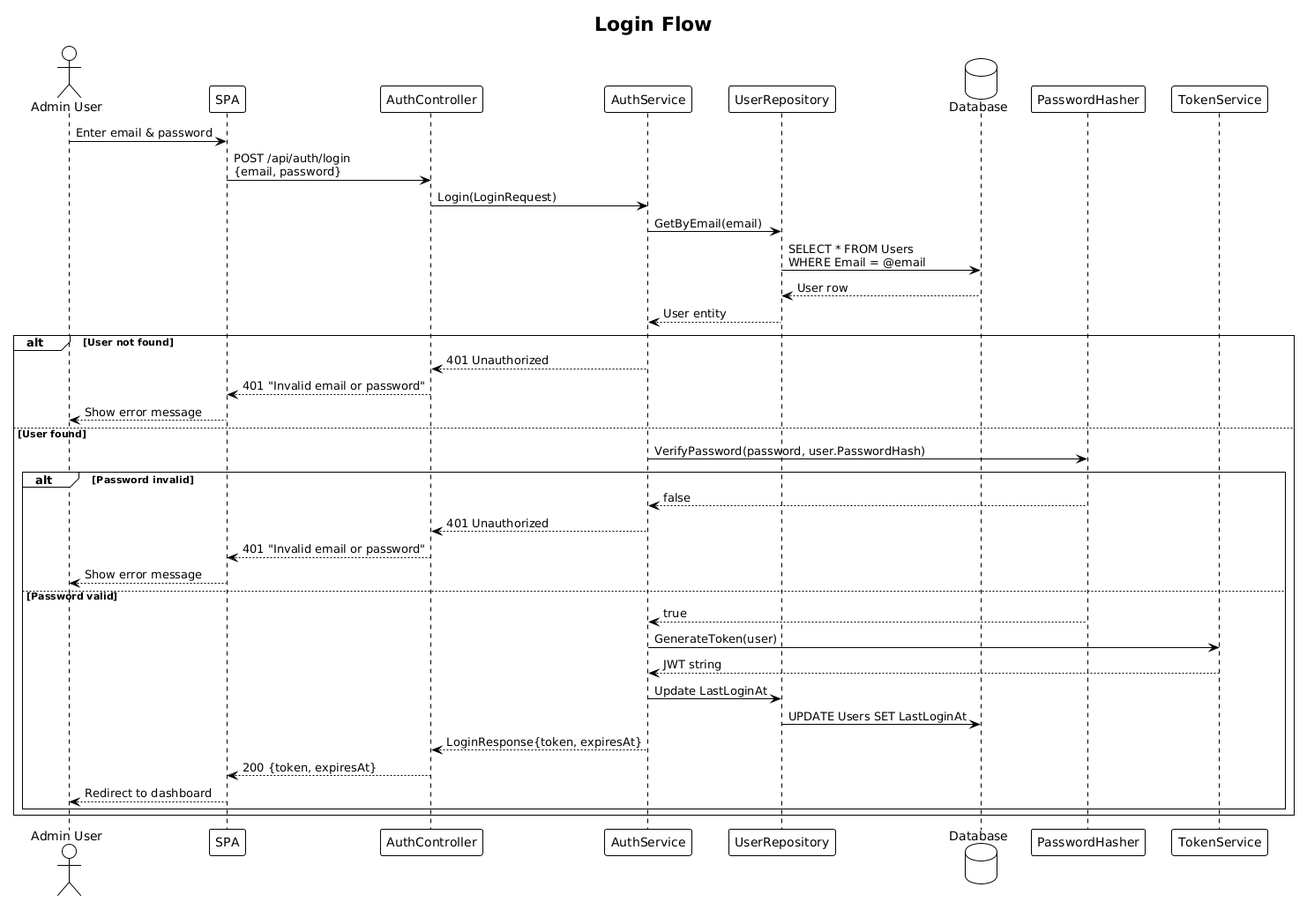
This is docs/detailed-designs/01-authentication/diagrams/sequence_login.png from QuinntyneBrown/Blog, a PlantUML export, as it was before one commit. The source it was exported from:
```plantuml
@startuml
!theme plain

title Login Flow

actor "Admin User" as user
participant "SPA" as spa
participant "AuthController" as ctrl
participant "AuthService" as svc
participant "UserRepository" as repo
database "Database" as db
participant "PasswordHasher" as hasher
participant "TokenService" as token

user -> spa : Enter email & password
spa -> ctrl : POST /api/auth/login\n{email, password}
ctrl -> svc : Login(LoginRequest)
svc -> repo : GetByEmail(email)
repo -> db : SELECT * FROM Users\nWHERE Email = @email
db --> repo : User row
repo --> svc : User entity

alt User not found
    svc --> ctrl : 401 Unauthorized
    ctrl --> spa : 401 "Invalid email or password"
    spa --> user : Show error message
else User found
    svc -> hasher : VerifyPassword(password, user.PasswordHash)
    alt Password invalid
        hasher --> svc : false
        svc --> ctrl : 401 Unauthorized
        ctrl --> spa : 401 "Invalid email or password"
        spa --> user : Show error message
    else Password valid
        hasher --> svc : true
        svc -> token : GenerateToken(user)
        token --> svc : JWT string
        svc -> repo : Update LastLoginAt
        repo -> db : UPDATE Users SET LastLoginAt
        svc --> ctrl : LoginResponse{token, expiresAt}
        ctrl --> spa : 200 {token, expiresAt}
        spa --> user : Redirect to dashboard
    end
end
@enduml
```
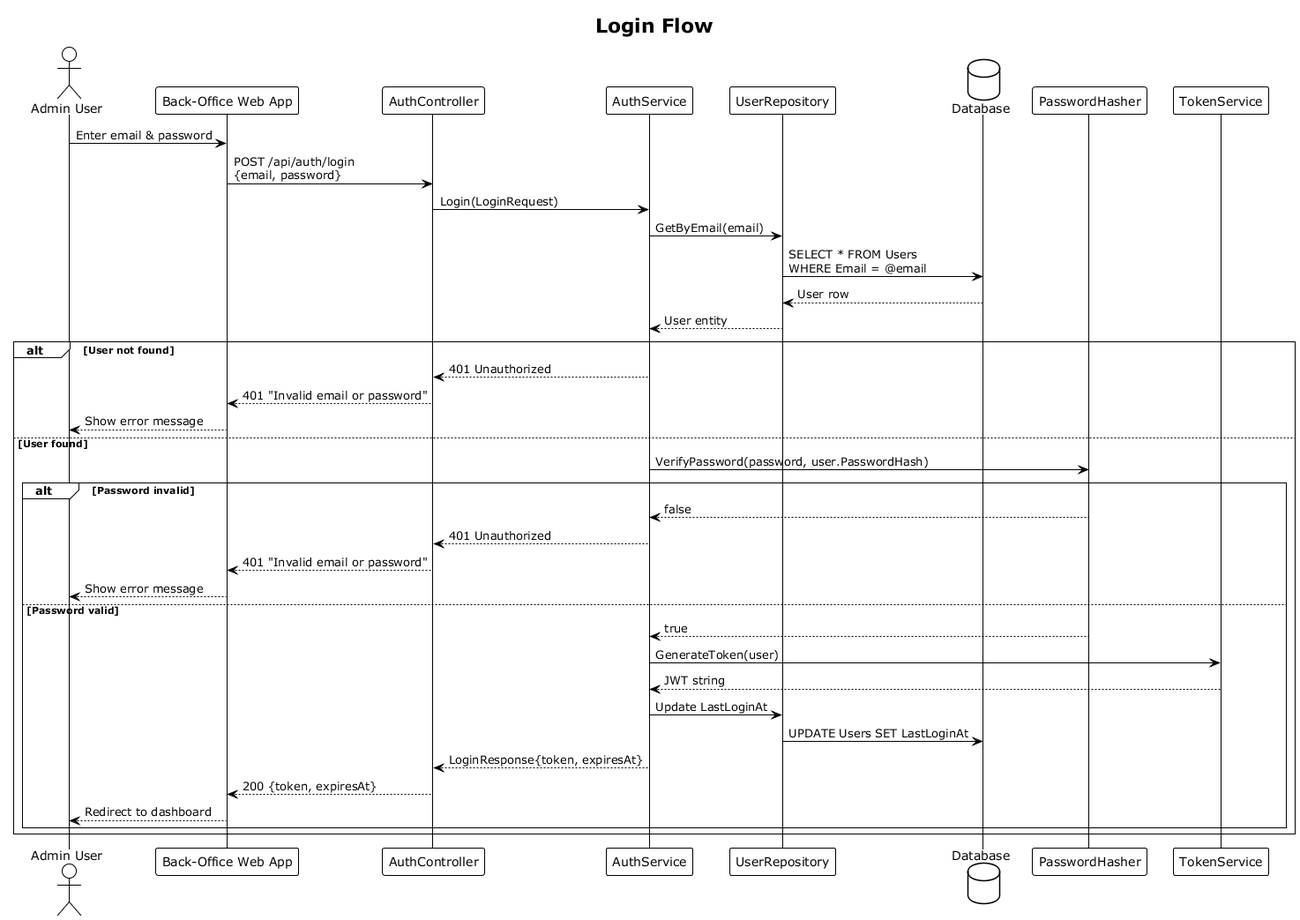
Later version of the same file.

Change to the diagram source:
```diff
@@ -1,10 +1,10 @@
-@startuml
+@startuml sequence_login
 !theme plain
 
 title Login Flow
 
 actor "Admin User" as user
-participant "SPA" as spa
+participant "Back-Office Web App" as web
 participant "AuthController" as ctrl
 participant "AuthService" as svc
 participant "UserRepository" as repo
@@ -12,8 +12,8 @@
 participant "PasswordHasher" as hasher
 participant "TokenService" as token
 
-user -> spa : Enter email & password
-spa -> ctrl : POST /api/auth/login\n{email, password}
+user -> web : Enter email & password
+web -> ctrl : POST /api/auth/login\n{email, password}
 ctrl -> svc : Login(LoginRequest)
 svc -> repo : GetByEmail(email)
 repo -> db : SELECT * FROM Users\nWHERE Email = @email
@@ -22,15 +22,15 @@
 
 alt User not found
     svc --> ctrl : 401 Unauthorized
-    ctrl --> spa : 401 "Invalid email or password"
-    spa --> user : Show error message
+    ctrl --> web : 401 "Invalid email or password"
+    web --> user : Show error message
 else User found
     svc -> hasher : VerifyPassword(password, user.PasswordHash)
     alt Password invalid
         hasher --> svc : false
         svc --> ctrl : 401 Unauthorized
-        ctrl --> spa : 401 "Invalid email or password"
-        spa --> user : Show error message
+        ctrl --> web : 401 "Invalid email or password"
+        web --> user : Show error message
     else Password valid
         hasher --> svc : true
         svc -> token : GenerateToken(user)
@@ -38,8 +38,9 @@
         svc -> repo : Update LastLoginAt
         repo -> db : UPDATE Users SET LastLoginAt
         svc --> ctrl : LoginResponse{token, expiresAt}
-        ctrl --> spa : 200 {token, expiresAt}
-        spa --> user : Redirect to dashboard
+        ctrl --> web : 200 {token, expiresAt}
+        web --> user : Redirect to dashboard
     end
 end
+
 @enduml
```
